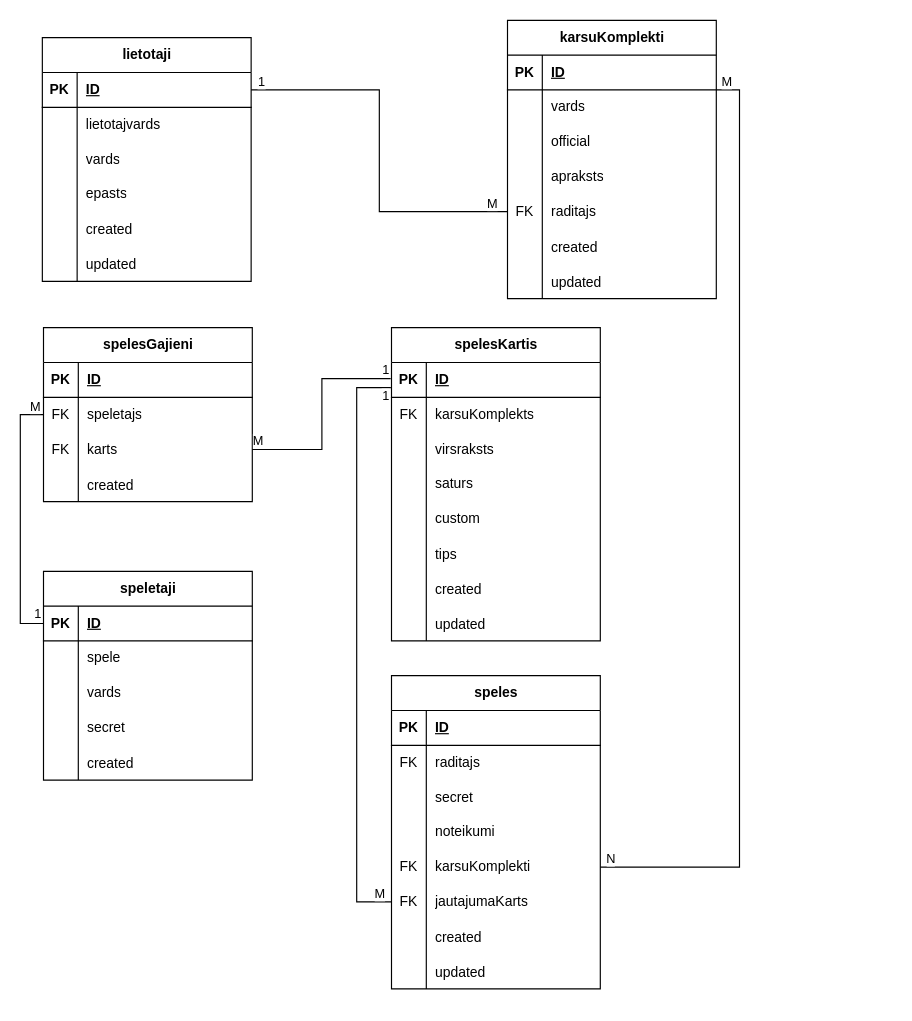
This is Dokumentacija/drawio/Tabulu saistes.drawio from Edgars-P/RVT-Projekts-CardGame, a draw.io file, before an edit. Source tidied: cells renumbered, new cells numbered last; positions are measured from the earlier drawing's top-left corner, leaving out a move shared by most shapes. Both pictures are drawn from the tidied source at 116%, with x=0, y=0 at pixel (20, 20).
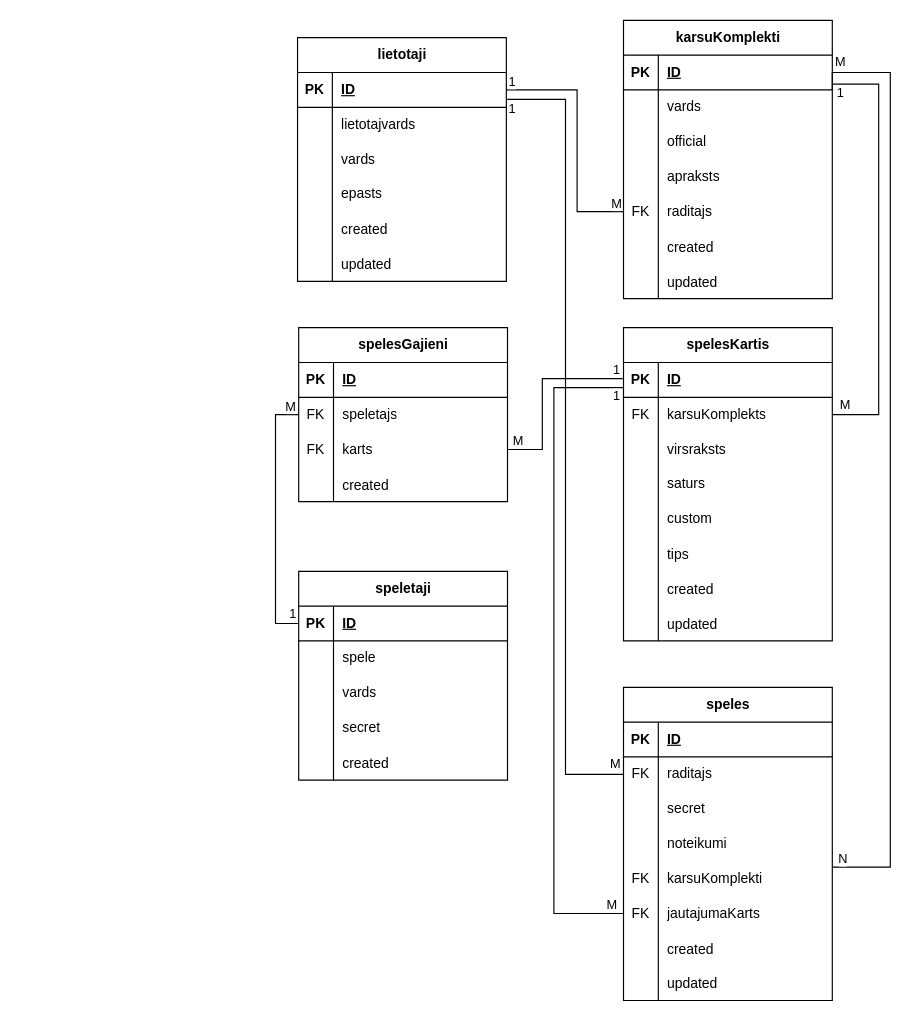
After the change.

The change refers to these unchanged cells:
```xml
<mxCell id="3" style="shape=tableRow;horizontal=0;startSize=0;swimlaneHead=0;swimlaneBody=0;fillColor=none;points=[[0,0.5],[1,0.5]];portConstraint=eastwest;top=0;left=0;right=0;bottom=1;" parent="2" vertex="1">
  <mxGeometry y="30" width="180" height="30" as="geometry" />
</mxCell>
<mxCell id="34" style="shape=tableRow;horizontal=0;startSize=0;swimlaneHead=0;swimlaneBody=0;fillColor=none;points=[[0,0.5],[1,0.5]];portConstraint=eastwest;top=0;left=0;right=0;bottom=0;" parent="21" vertex="1">
  <mxGeometry y="150" width="180" height="30" as="geometry" />
</mxCell>
<mxCell id="50" style="shape=tableRow;horizontal=0;startSize=0;swimlaneHead=0;swimlaneBody=0;fillColor=none;points=[[0,0.5],[1,0.5]];portConstraint=eastwest;top=0;left=0;right=0;bottom=0;" parent="46" vertex="1">
  <mxGeometry y="60" width="180" height="30" as="geometry" />
</mxCell>
<mxCell id="53" style="shape=tableRow;horizontal=0;startSize=0;swimlaneHead=0;swimlaneBody=0;fillColor=none;points=[[0,0.5],[1,0.5]];portConstraint=eastwest;top=0;left=0;right=0;bottom=0;" parent="46" vertex="1">
  <mxGeometry y="90" width="180" height="30" as="geometry" />
</mxCell>
<mxCell id="60" style="shape=tableRow;horizontal=0;startSize=0;swimlaneHead=0;swimlaneBody=0;fillColor=none;points=[[0,0.5],[1,0.5]];portConstraint=eastwest;top=0;left=0;right=0;bottom=1;" parent="59" vertex="1">
  <mxGeometry y="30" width="180" height="30" as="geometry" />
</mxCell>
<mxCell id="79" style="shape=tableRow;horizontal=0;startSize=0;swimlaneHead=0;swimlaneBody=0;fillColor=none;points=[[0,0.5],[1,0.5]];portConstraint=eastwest;top=0;left=0;right=0;bottom=1;" parent="78" vertex="1">
  <mxGeometry y="30" width="180" height="30" as="geometry" />
</mxCell>
<mxCell id="82" style="shape=tableRow;horizontal=0;startSize=0;swimlaneHead=0;swimlaneBody=0;fillColor=none;points=[[0,0.5],[1,0.5]];portConstraint=eastwest;top=0;left=0;right=0;bottom=0;" parent="78" vertex="1">
  <mxGeometry y="60" width="180" height="30" as="geometry" />
</mxCell>
<mxCell id="110" style="shape=tableRow;horizontal=0;startSize=0;swimlaneHead=0;swimlaneBody=0;fillColor=none;points=[[0,0.5],[1,0.5]];portConstraint=eastwest;top=0;left=0;right=0;bottom=0;" parent="106" vertex="1">
  <mxGeometry y="60" width="180" height="30" as="geometry" />
</mxCell>
<mxCell id="119" style="shape=tableRow;horizontal=0;startSize=0;swimlaneHead=0;swimlaneBody=0;fillColor=none;points=[[0,0.5],[1,0.5]];portConstraint=eastwest;top=0;left=0;right=0;bottom=0;" parent="106" vertex="1">
  <mxGeometry y="150" width="180" height="30" as="geometry" />
</mxCell>
<mxCell id="122" style="shape=tableRow;horizontal=0;startSize=0;swimlaneHead=0;swimlaneBody=0;fillColor=none;points=[[0,0.5],[1,0.5]];portConstraint=eastwest;top=0;left=0;right=0;bottom=0;" parent="106" vertex="1">
  <mxGeometry y="180" width="180" height="30" as="geometry" />
</mxCell>
```

Diff of the diagram source:
```diff
@@
     <mxCell id="2" value="lietotaji" style="shape=table;startSize=30;childLayout=tableLayout;rowLines=0;fontStyle=1;align=center;html=1;" parent="1" vertex="1">
-      <mxGeometry x="19" y="15" width="180" height="210" as="geometry" />
+      <mxGeometry x="239" y="15" width="180" height="210" as="geometry" />
     </mxCell>
@@
     <mxCell id="21" value="karsuKomplekti" style="shape=table;startSize=30;childLayout=tableLayout;rowLines=0;fontStyle=1;align=center;html=1;" parent="1" vertex="1">
-      <mxGeometry x="420" width="180" height="240" as="geometry" />
+      <mxGeometry x="520" width="180" height="240" as="geometry" />
     </mxCell>
@@
     <mxCell id="43" style="edgeStyle=orthogonalEdgeStyle;rounded=0;jettySize=auto;html=1;entryX=1;entryY=0.5;entryDx=0;entryDy=0;endArrow=none;endFill=0;" parent="1" edge="1" source="34" target="3">
-      <mxGeometry relative="1" as="geometry" />
+      <mxGeometry relative="1" as="geometry">
+        <Array as="points">
+          <mxPoint x="480" y="165" />
+          <mxPoint x="480" y="60" />
+        </Array>
+      </mxGeometry>
     </mxCell>
     <mxCell id="44" value="1" style="edgeLabel;html=1;align=center;verticalAlign=middle;" parent="43" vertex="1">
       <mxGeometry x="0.92" relative="1" as="geometry">
-        <mxPoint x="-5" y="-8" as="offset" />
+        <mxPoint x="-4" y="-8" as="offset" />
       </mxGeometry>
     </mxCell>
     <mxCell id="45" value="M" style="edgeLabel;html=1;align=center;verticalAlign=middle;" parent="43" vertex="1">
       <mxGeometry x="-0.88" relative="1" as="geometry">
-        <mxPoint x="6" y="-8" as="offset" />
+        <mxPoint x="5" y="-8" as="offset" />
       </mxGeometry>
     </mxCell>
     <mxCell id="46" value="spelesGajieni" style="shape=table;startSize=30;childLayout=tableLayout;rowLines=0;fontStyle=1;align=center;html=1;" parent="1" vertex="1">
-      <mxGeometry x="20" y="265" width="180" height="150" as="geometry" />
+      <mxGeometry x="240" y="265" width="180" height="150" as="geometry" />
     </mxCell>
@@
     <mxCell id="59" value="speletaji" style="shape=table;startSize=30;childLayout=tableLayout;rowLines=0;fontStyle=1;align=center;html=1;" parent="1" vertex="1">
-      <mxGeometry x="20" y="475" width="180" height="180" as="geometry" />
+      <mxGeometry x="240" y="475" width="180" height="180" as="geometry" />
     </mxCell>
@@
     <mxCell id="75" style="edgeStyle=orthogonalEdgeStyle;rounded=0;jettySize=auto;html=1;entryX=0;entryY=0.5;entryDx=0;entryDy=0;endArrow=none;endFill=0;" parent="1" edge="1" source="50" target="60">
       <mxGeometry relative="1" as="geometry">
         <Array as="points">
-          <mxPoint y="340" />
-          <mxPoint y="520" />
+          <mxPoint x="220" y="340" />
+          <mxPoint x="220" y="520" />
         </Array>
       </mxGeometry>
     </mxCell>
@@
     <mxCell id="78" value="spelesKartis" style="shape=table;startSize=30;childLayout=tableLayout;rowLines=0;fontStyle=1;align=center;html=1;" parent="1" vertex="1">
-      <mxGeometry x="320" y="265" width="180" height="270" as="geometry" />
+      <mxGeometry x="520" y="265" width="180" height="270" as="geometry" />
     </mxCell>
@@
-    <mxCell id="103" style="edgeStyle=orthogonalEdgeStyle;rounded=0;jettySize=auto;html=1;entryX=-0.004;entryY=0.463;entryDx=0;entryDy=0;entryPerimeter=0;endArrow=none;endFill=0;" parent="1" edge="1" source="53" target="79">
-      <mxGeometry relative="1" as="geometry" />
+    <mxCell id="103" style="edgeStyle=orthogonalEdgeStyle;rounded=0;jettySize=auto;html=1;entryX=-0.004;entryY=0.463;entryDx=0;entryDy=0;entryPerimeter=0;endArrow=none;endFill=0;exitX=1;exitY=0.5;exitDx=0;exitDy=0;" parent="1" edge="1" source="53" target="79">
+      <mxGeometry relative="1" as="geometry">
+        <Array as="points">
+          <mxPoint x="450" y="370" />
+          <mxPoint x="450" y="309" />
+        </Array>
+      </mxGeometry>
     </mxCell>
     <mxCell id="104" value="1" style="edgeLabel;html=1;align=center;verticalAlign=middle;" parent="103" vertex="1">
       <mxGeometry x="0.83" relative="1" as="geometry">
-        <mxPoint x="11" y="-8" as="offset" />
+        <mxPoint x="8" y="-8" as="offset" />
       </mxGeometry>
     </mxCell>
     <mxCell id="105" value="M" style="edgeLabel;html=1;align=center;verticalAlign=middle;" parent="103" vertex="1">
       <mxGeometry x="-0.82" y="-1" relative="1" as="geometry">
-        <mxPoint x="-12" y="-9" as="offset" />
+        <mxPoint x="-6" y="-9" as="offset" />
       </mxGeometry>
     </mxCell>
     <mxCell id="106" value="speles" style="shape=table;startSize=30;childLayout=tableLayout;rowLines=0;fontStyle=1;align=center;html=1;" parent="1" vertex="1">
-      <mxGeometry x="320" y="565" width="180" height="270" as="geometry" />
+      <mxGeometry x="520" y="575" width="180" height="270" as="geometry" />
     </mxCell>
@@
     <mxCell id="131" style="edgeStyle=orthogonalEdgeStyle;rounded=0;jettySize=auto;html=1;entryX=1;entryY=0.25;entryDx=0;entryDy=0;endArrow=none;endFill=0;" parent="1" edge="1" source="119" target="21">
-      <mxGeometry relative="1" as="geometry" />
+      <mxGeometry relative="1" as="geometry">
+        <Array as="points">
+          <mxPoint x="750" y="730" />
+          <mxPoint x="750" y="45" />
+          <mxPoint x="700" y="45" />
+        </Array>
+      </mxGeometry>
     </mxCell>
     <mxCell id="132" value="M" style="edgeLabel;html=1;align=center;verticalAlign=middle;" parent="131" vertex="1">
       <mxGeometry x="0.97" y="-1" relative="1" as="geometry">
-        <mxPoint x="-4" y="-7" as="offset" />
+        <mxPoint x="7" y="-13" as="offset" />
       </mxGeometry>
     </mxCell>
@@
     <mxCell id="134" style="edgeStyle=orthogonalEdgeStyle;rounded=0;jettySize=auto;html=1;entryX=-0.003;entryY=0.724;entryDx=0;entryDy=0;endArrow=none;endFill=0;exitX=0;exitY=0.5;exitDx=0;exitDy=0;entryPerimeter=0;" parent="1" edge="1" source="122" target="79">
       <mxGeometry relative="1" as="geometry">
         <Array as="points">
-          <mxPoint x="290" y="760" />
-          <mxPoint x="290" y="317" />
+          <mxPoint x="460" y="770" />
+          <mxPoint x="460" y="317" />
         </Array>
       </mxGeometry>
     </mxCell>
     <mxCell id="135" value="M" style="edgeLabel;html=1;align=center;verticalAlign=middle;" parent="134" vertex="1">
       <mxGeometry x="-0.89" relative="1" as="geometry">
-        <mxPoint x="17" y="-8" as="offset" />
+        <mxPoint x="21" y="-8" as="offset" />
       </mxGeometry>
     </mxCell>
     <mxCell id="136" value="1" style="edgeLabel;html=1;align=center;verticalAlign=middle;" parent="134" vertex="1">
       <mxGeometry x="0.91" relative="1" as="geometry">
-        <mxPoint x="18" y="7" as="offset" />
+        <mxPoint x="20" y="7" as="offset" />
       </mxGeometry>
     </mxCell>
+    <mxCell id="137" style="edgeStyle=orthogonalEdgeStyle;rounded=0;jettySize=auto;html=1;endArrow=none;endFill=0;" parent="1" edge="1" source="82">
+      <mxGeometry relative="1" as="geometry">
+        <mxPoint x="700" y="55" as="targetPoint" />
+        <Array as="points">
+          <mxPoint x="740" y="340" />
+          <mxPoint x="740" y="55" />
+        </Array>
+      </mxGeometry>
+    </mxCell>
+    <mxCell id="138" value="M" style="edgeLabel;html=1;align=center;verticalAlign=middle;" parent="137" vertex="1">
+      <mxGeometry x="-0.92" relative="1" as="geometry">
+        <mxPoint x="-5" y="-9" as="offset" />
+      </mxGeometry>
+    </mxCell>
+    <mxCell id="139" value="1" style="edgeLabel;html=1;align=center;verticalAlign=middle;" parent="137" vertex="1">
+      <mxGeometry x="0.92" y="-1" relative="1" as="geometry">
+        <mxPoint x="-9" y="8" as="offset" />
+      </mxGeometry>
+    </mxCell>
+    <mxCell id="140" style="edgeStyle=orthogonalEdgeStyle;rounded=0;jettySize=auto;html=1;entryX=1.004;entryY=0.774;entryDx=0;entryDy=0;entryPerimeter=0;endArrow=none;endFill=0;" parent="1" edge="1" source="110" target="3">
+      <mxGeometry relative="1" as="geometry">
+        <Array as="points">
+          <mxPoint x="470" y="650" />
+          <mxPoint x="470" y="68" />
+        </Array>
+      </mxGeometry>
+    </mxCell>
+    <mxCell id="141" value="M" style="edgeLabel;html=1;align=center;verticalAlign=middle;" parent="140" vertex="1">
+      <mxGeometry x="-0.95" y="-1" relative="1" as="geometry">
+        <mxPoint x="9" y="-9" as="offset" />
+      </mxGeometry>
+    </mxCell>
+    <mxCell id="142" value="1" style="edgeLabel;html=1;align=center;verticalAlign=middle;" parent="140" vertex="1">
+      <mxGeometry x="0.98" y="-1" relative="1" as="geometry">
+        <mxPoint x="-3" y="8" as="offset" />
+      </mxGeometry>
+    </mxCell>
```
